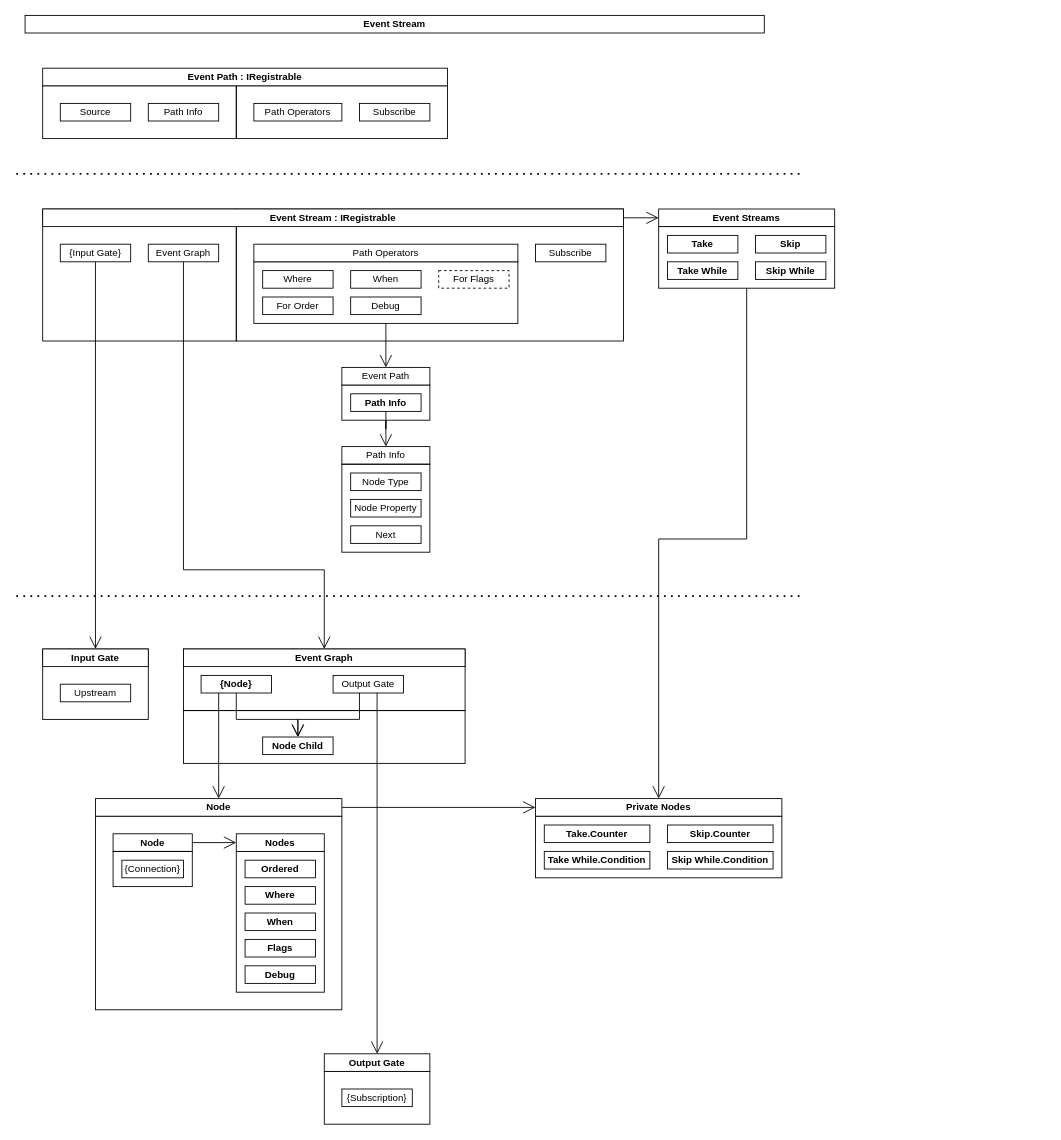
Above: docs/02. UniEngine/02-Core/02-E.3-EventStream/Event Stream - TTC.drawio in dove-creative/uniengine (draw.io), before the change. Source tidied: cells renumbered, new cells numbered last; positions are measured from the earlier drawing's top-left corner, leaving out a move shared by most shapes. Both pictures are drawn from the tidied source at 88%, with x=0, y=0 at pixel (16, 15).
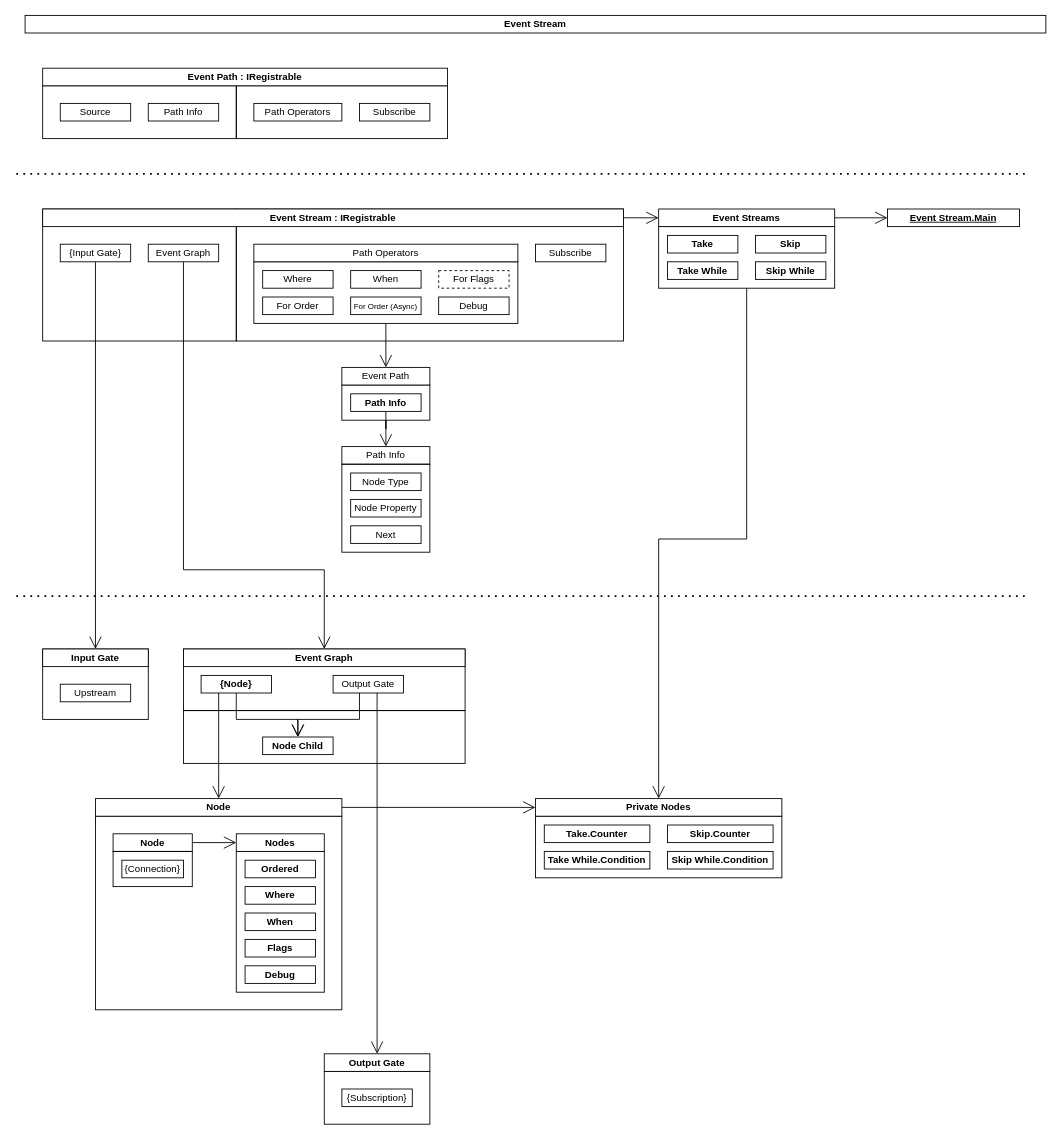
The same diagram, later.

The change refers to these unchanged cells:
```xml
<mxCell id="47" value="&lt;div style=&quot;text-align: right;&quot;&gt;&lt;b&gt;Event Streams&lt;/b&gt;&lt;/div&gt;" style="rounded=0;whiteSpace=wrap;html=1;fontFamily=Helvetica;fontSize=11;fontColor=default;labelBackgroundColor=default;" parent="1" vertex="1">
  <mxGeometry x="730" y="220" width="200" height="20" as="geometry" />
</mxCell>
```

Change to the diagram source:
```diff
@@
     <mxCell id="38" value="&lt;div style=&quot;text-align: right;&quot;&gt;&lt;b&gt;Event Stream&lt;/b&gt;&lt;/div&gt;" style="rounded=0;whiteSpace=wrap;html=1;fontFamily=Helvetica;fontSize=11;fontColor=default;labelBackgroundColor=default;" parent="1" vertex="1">
-      <mxGeometry x="10" width="840" height="20" as="geometry" />
+      <mxGeometry x="10" width="1160" height="20" as="geometry" />
     </mxCell>
@@
+    <mxCell id="81" style="edgeStyle=orthogonalEdgeStyle;shape=connector;rounded=0;jettySize=auto;html=1;strokeColor=default;align=center;verticalAlign=middle;fontFamily=Helvetica;fontSize=11;fontColor=default;labelBackgroundColor=default;defaultLabelBackgroundColor=page;startArrow=none;startFill=0;startSize=12;endArrow=open;endFill=0;endSize=12;" parent="1" edge="1" source="47" target="83">
+      <mxGeometry relative="1" as="geometry" />
+    </mxCell>
@@
     <mxCell id="51" style="endArrow=none;dashed=1;html=1;dashPattern=1 3;strokeWidth=2;rounded=0;strokeColor=default;align=center;verticalAlign=middle;fontFamily=Helvetica;fontSize=11;fontColor=default;labelBackgroundColor=default;defaultLabelBackgroundColor=page;startSize=12;endSize=12;" parent="1" edge="1">
       <mxGeometry relative="1" as="geometry">
         <mxPoint y="660" as="sourcePoint" />
-        <mxPoint x="890" y="660" as="targetPoint" />
+        <mxPoint x="1150" y="660" as="targetPoint" />
       </mxGeometry>
     </mxCell>
     <mxCell id="52" style="endArrow=none;dashed=1;html=1;dashPattern=1 3;strokeWidth=2;rounded=0;strokeColor=default;align=center;verticalAlign=middle;fontFamily=Helvetica;fontSize=11;fontColor=default;labelBackgroundColor=default;defaultLabelBackgroundColor=page;startSize=12;endSize=12;" parent="1" edge="1">
       <mxGeometry relative="1" as="geometry">
         <mxPoint y="180" as="sourcePoint" />
-        <mxPoint x="890" y="180" as="targetPoint" />
+        <mxPoint x="1150" y="180" as="targetPoint" />
       </mxGeometry>
     </mxCell>
@@
     <mxCell id="74" value="&lt;span&gt;Debug&lt;/span&gt;" style="rounded=0;whiteSpace=wrap;html=1;fontFamily=Helvetica;fontSize=11;fontColor=default;labelBackgroundColor=default;fontStyle=0;" parent="1" vertex="1">
-      <mxGeometry x="380" y="320" width="80" height="20" as="geometry" />
+      <mxGeometry x="480" y="320" width="80" height="20" as="geometry" />
     </mxCell>
@@
+    <mxCell id="82" value="&lt;font style=&quot;font-size: 9px;&quot;&gt;&lt;span&gt;&lt;font style=&quot;&quot;&gt;For Order&amp;nbsp;&lt;/font&gt;&lt;/span&gt;&lt;span style=&quot;background-color: light-dark(#ffffff, var(--ge-dark-color, #121212)); color: light-dark(#000000, var(--ge-light-color, #ffffff));&quot;&gt;(Async)&lt;/span&gt;&lt;/font&gt;" style="rounded=0;whiteSpace=wrap;html=1;fontFamily=Helvetica;fontSize=11;fontColor=default;labelBackgroundColor=default;fontStyle=0;" parent="1" vertex="1">
+      <mxGeometry x="380" y="320" width="80" height="20" as="geometry" />
+    </mxCell>
+    <mxCell id="83" value="&lt;div style=&quot;text-align: right;&quot;&gt;&lt;b&gt;&lt;u&gt;Event Stream.Main&lt;/u&gt;&lt;/b&gt;&lt;/div&gt;" style="rounded=0;whiteSpace=wrap;html=1;fontFamily=Helvetica;fontSize=11;fontColor=default;labelBackgroundColor=default;" parent="1" vertex="1">
+      <mxGeometry x="990" y="220" width="150" height="20" as="geometry" />
+    </mxCell>
```
